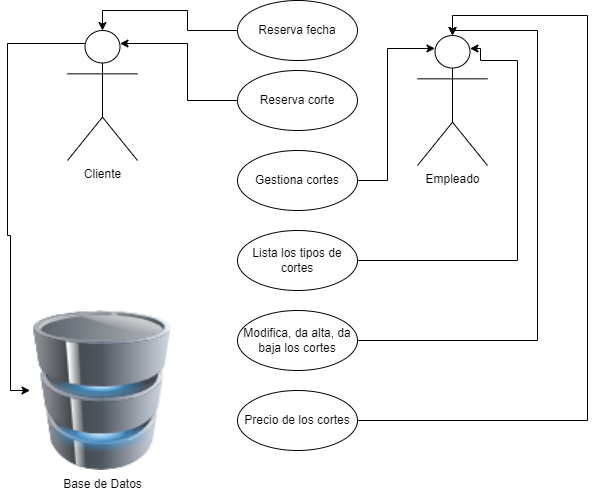
Earlier version of the draw.io export doc/casos_uso/DrawIO/Casos-Uso.png (Jorgeev27/Servicio-Peluqueria). Source tidied: cells renumbered, new cells last; positions are measured from the earlier drawing's top-left corner, leaving out a move shared by most shapes.
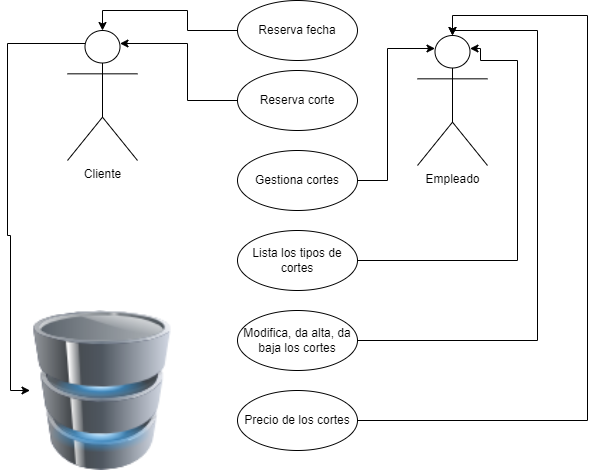
Later version of the same file.

The edit, as a diff of the source:
```diff
@@ -1,4 +1,4 @@
-<mxGraphModel>
+<mxGraphModel background="#FFFFFF">
   <root>
     <mxCell id="0" />
     <mxCell id="1" parent="0" />
@@ -73,7 +73,7 @@
     <mxCell id="16" value="Precio de los cortes" style="ellipse;whiteSpace=wrap;html=1;" parent="1" vertex="1">
       <mxGeometry x="230" y="390" width="120" height="60" as="geometry" />
     </mxCell>
-    <mxCell id="17" value="Base de Datos" style="image;html=1;image=img/lib/clip_art/computers/Database_128x128.png;" parent="1" vertex="1">
+    <mxCell id="17" style="image;html=1;image=img/lib/clip_art/computers/Database_128x128.png;" parent="1" vertex="1">
       <mxGeometry x="22.5" y="310" width="145" height="160" as="geometry" />
     </mxCell>
   </root>
```
